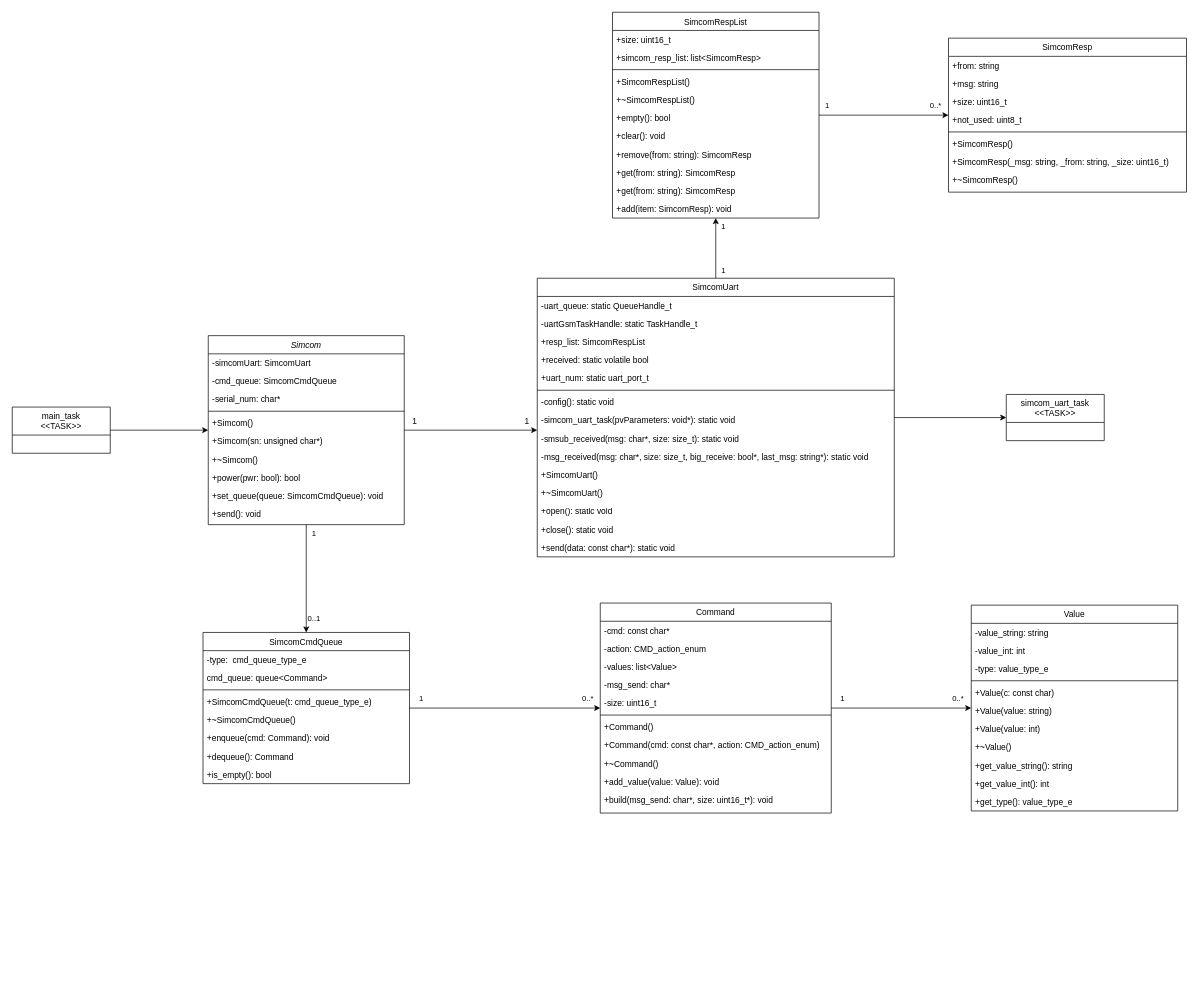
This is simcom.drawio from EduardoKPVeiga/Simcom, a draw.io file, before an edit. Source tidied: cells renumbered, new cells numbered last; positions are measured from the earlier drawing's top-left corner, leaving out a move shared by most shapes. Both pictures are drawn from the tidied source at 70%, with x=0, y=0 at pixel (12, 12).
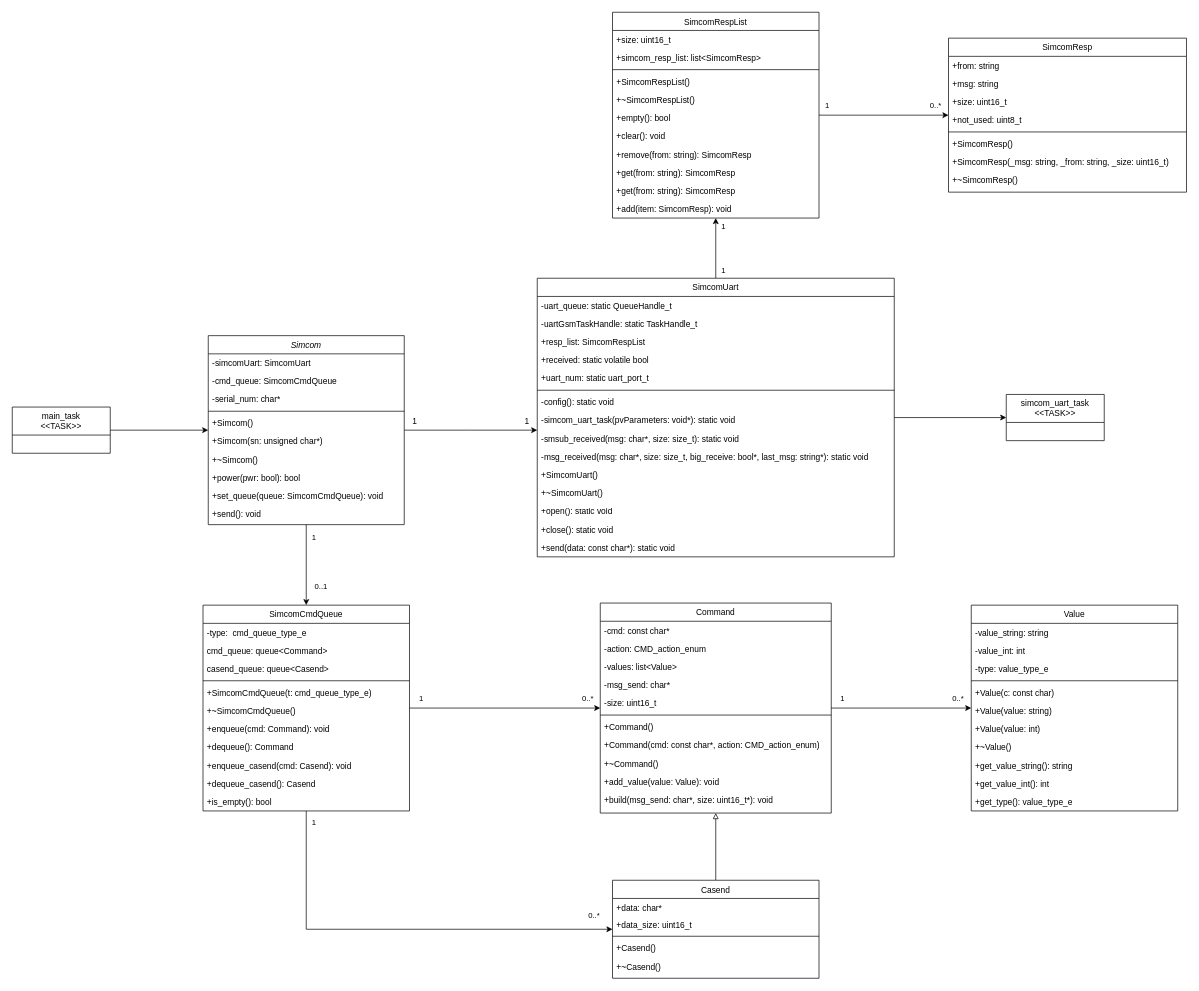
Above is the later version.

The change refers to these unchanged cells:
```xml
<mxCell id="2" style="edgeStyle=orthogonalEdgeStyle;rounded=0;jettySize=auto;html=1;entryX=0.5;entryY=0;entryDx=0;entryDy=0;" parent="1" edge="1" source="8" target="19">
  <mxGeometry relative="1" as="geometry" />
</mxCell>
<mxCell id="51" value="Command" style="swimlane;fontStyle=0;align=center;verticalAlign=top;horizontal=1;startSize=26;rounded=0;shadow=0;strokeWidth=1;" parent="1" vertex="1">
  <mxGeometry x="840" y="844" width="330" height="300" as="geometry" />
</mxCell>
```

Change to the diagram source:
```diff
@@
     <mxCell id="3" value="1" style="edgeLabel;html=1;align=center;verticalAlign=middle;" parent="2" vertex="1">
       <mxGeometry x="-0.84" y="3" relative="1" as="geometry">
-        <mxPoint x="7" y="-1" as="offset" />
+        <mxPoint x="7" y="9" as="offset" />
       </mxGeometry>
     </mxCell>
     <mxCell id="4" value="0..1" style="edgeLabel;html=1;align=center;verticalAlign=middle;" parent="2" vertex="1">
       <mxGeometry x="0.73" y="1" relative="1" as="geometry">
-        <mxPoint x="9" as="offset" />
+        <mxPoint x="19" y="-11" as="offset" />
       </mxGeometry>
     </mxCell>
@@
+    <mxCell id="105" style="edgeStyle=orthogonalEdgeStyle;rounded=0;jettySize=auto;html=1;" parent="1" edge="1" source="19" target="112">
+      <mxGeometry relative="1" as="geometry">
+        <Array as="points">
+          <mxPoint x="420" y="1310" />
+        </Array>
+      </mxGeometry>
+    </mxCell>
+    <mxCell id="106" value="1" style="edgeLabel;html=1;align=center;verticalAlign=middle;" parent="105" vertex="1">
+      <mxGeometry x="-0.95" y="1" relative="1" as="geometry">
+        <mxPoint x="9" as="offset" />
+      </mxGeometry>
+    </mxCell>
+    <mxCell id="107" value="0..*" style="edgeLabel;html=1;align=center;verticalAlign=middle;" parent="105" vertex="1">
+      <mxGeometry x="0.91" y="-1" relative="1" as="geometry">
+        <mxPoint y="-21" as="offset" />
+      </mxGeometry>
+    </mxCell>
     <mxCell id="19" value="SimcomCmdQueue" style="swimlane;fontStyle=0;align=center;verticalAlign=top;horizontal=1;startSize=26;rounded=0;shadow=0;strokeWidth=1;" parent="1" vertex="1">
-      <mxGeometry x="272.5" y="886" width="295" height="216" as="geometry" />
+      <mxGeometry x="272.5" y="847" width="295" height="294" as="geometry" />
     </mxCell>
@@
+    <mxCell id="108" value="casend_queue: queue&lt;Casend&gt;" style="text;align=left;verticalAlign=top;spacingLeft=4;spacingRight=4;overflow=hidden;rounded=0;shadow=0;html=0;" parent="19" vertex="1">
+      <mxGeometry y="78" width="295" height="26" as="geometry" />
+    </mxCell>
     <mxCell id="22" style="line;html=1;strokeWidth=1;align=left;verticalAlign=middle;spacingTop=-1;spacingLeft=3;spacingRight=3;labelPosition=right;" parent="19" vertex="1">
-      <mxGeometry y="78" width="295" height="8" as="geometry" />
+      <mxGeometry y="104" width="295" height="8" as="geometry" />
     </mxCell>
     <mxCell id="23" value="+SimcomCmdQueue(t: cmd_queue_type_e)" style="text;align=left;verticalAlign=top;spacingLeft=4;spacingRight=4;overflow=hidden;fontStyle=0;" parent="19" vertex="1">
-      <mxGeometry y="86" width="295" height="26" as="geometry" />
+      <mxGeometry y="112" width="295" height="26" as="geometry" />
     </mxCell>
     <mxCell id="24" value="+~SimcomCmdQueue()" style="text;align=left;verticalAlign=top;spacingLeft=4;spacingRight=4;overflow=hidden;fontStyle=0;" parent="19" vertex="1">
-      <mxGeometry y="112" width="295" height="26" as="geometry" />
+      <mxGeometry y="138" width="295" height="26" as="geometry" />
     </mxCell>
     <mxCell id="25" value="+enqueue(cmd: Command): void" style="text;align=left;verticalAlign=top;spacingLeft=4;spacingRight=4;overflow=hidden;fontStyle=0;" parent="19" vertex="1">
-      <mxGeometry y="138" width="295" height="26" as="geometry" />
+      <mxGeometry y="164" width="295" height="26" as="geometry" />
     </mxCell>
     <mxCell id="26" value="+dequeue(): Command" style="text;align=left;verticalAlign=top;spacingLeft=4;spacingRight=4;overflow=hidden;fontStyle=0;" parent="19" vertex="1">
-      <mxGeometry y="164" width="295" height="26" as="geometry" />
+      <mxGeometry y="190" width="295" height="26" as="geometry" />
     </mxCell>
+    <mxCell id="109" value="+enqueue_casend(cmd: Casend): void" style="text;align=left;verticalAlign=top;spacingLeft=4;spacingRight=4;overflow=hidden;fontStyle=0;" parent="19" vertex="1">
+      <mxGeometry y="216" width="295" height="26" as="geometry" />
+    </mxCell>
+    <mxCell id="110" value="+dequeue_casend(): Casend" style="text;align=left;verticalAlign=top;spacingLeft=4;spacingRight=4;overflow=hidden;fontStyle=0;" parent="19" vertex="1">
+      <mxGeometry y="242" width="295" height="26" as="geometry" />
+    </mxCell>
     <mxCell id="27" value="+is_empty(): bool" style="text;align=left;verticalAlign=top;spacingLeft=4;spacingRight=4;overflow=hidden;fontStyle=0;" parent="19" vertex="1">
-      <mxGeometry y="190" width="295" height="26" as="geometry" />
+      <mxGeometry y="268" width="295" height="26" as="geometry" />
     </mxCell>
@@
+    <mxCell id="111" style="edgeStyle=orthogonalEdgeStyle;rounded=0;jettySize=auto;html=1;endArrow=block;endFill=0;" parent="1" edge="1" source="112" target="51">
+      <mxGeometry relative="1" as="geometry" />
+    </mxCell>
+    <mxCell id="112" value="Casend" style="swimlane;fontStyle=0;align=center;verticalAlign=top;horizontal=1;startSize=26;rounded=0;shadow=0;strokeWidth=1;" parent="1" vertex="1">
+      <mxGeometry x="857.5" y="1240" width="295" height="140" as="geometry" />
+    </mxCell>
+    <mxCell id="113" value="+data: char*" style="text;align=left;verticalAlign=top;spacingLeft=4;spacingRight=4;overflow=hidden;" parent="112" vertex="1">
+      <mxGeometry y="26" width="295" height="24" as="geometry" />
+    </mxCell>
+    <mxCell id="114" value="+data_size: uint16_t" style="text;align=left;verticalAlign=top;spacingLeft=4;spacingRight=4;overflow=hidden;rounded=0;shadow=0;html=0;" parent="112" vertex="1">
+      <mxGeometry y="50" width="295" height="26" as="geometry" />
+    </mxCell>
+    <mxCell id="115" style="line;html=1;strokeWidth=1;align=left;verticalAlign=middle;spacingTop=-1;spacingLeft=3;spacingRight=3;labelPosition=right;" parent="112" vertex="1">
+      <mxGeometry y="76" width="295" height="8" as="geometry" />
+    </mxCell>
+    <mxCell id="116" value="+Casend()" style="text;align=left;verticalAlign=top;spacingLeft=4;spacingRight=4;overflow=hidden;fontStyle=0;" parent="112" vertex="1">
+      <mxGeometry y="84" width="295" height="26" as="geometry" />
+    </mxCell>
+    <mxCell id="117" value="+~Casend()" style="text;align=left;verticalAlign=top;spacingLeft=4;spacingRight=4;overflow=hidden;fontStyle=0;" parent="112" vertex="1">
+      <mxGeometry y="110" width="295" height="26" as="geometry" />
+    </mxCell>
```
